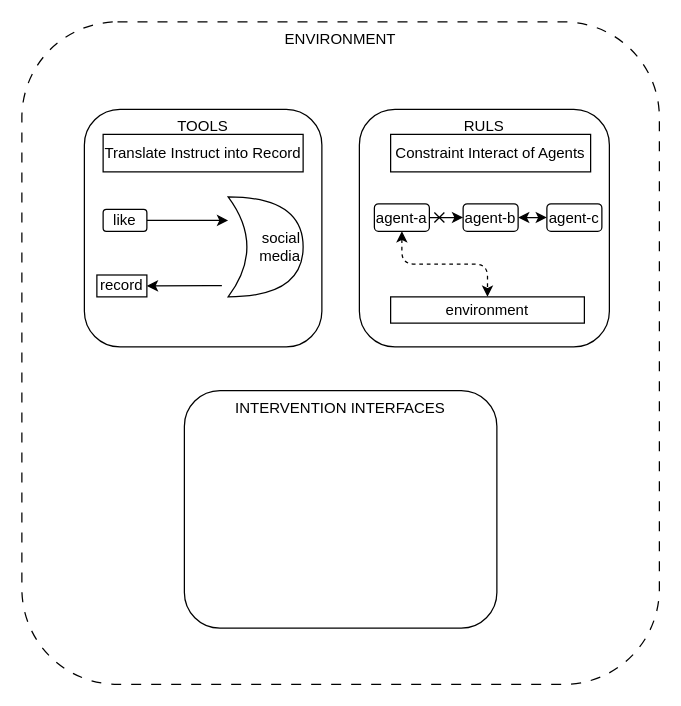
This is page "environment-conponets" (2 of 2) of mgas.drawio from bianhua-12/Multi-generative_Agent_System_survey, a draw.io file, before an edit. Source tidied: cells renumbered, new cells numbered last; positions are measured from the earlier drawing's top-left corner, leaving out a move shared by most shapes. Both pictures are drawn from the tidied source at 125%, with x=0, y=0 at pixel (21, 21). Pictures stored in the file or linked from it are replaced by grey dashed boxes.
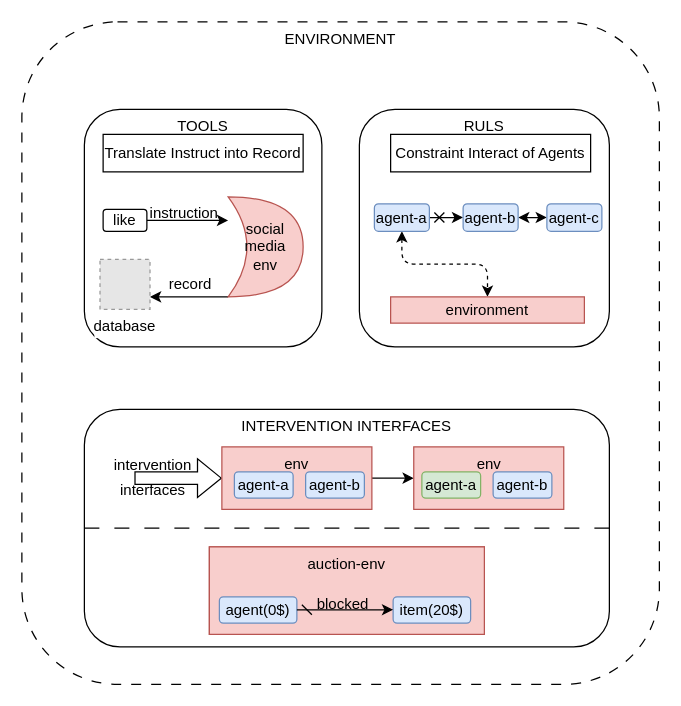
Above is the later version.

Change to the diagram source:
```diff
@@
-    <mxCell id="5" value="INTERVENTION INTERFACES" style="rounded=1;whiteSpace=wrap;html=1;verticalAlign=top;" parent="1" vertex="1">
-      <mxGeometry x="130" y="295" width="250" height="190" as="geometry" />
-    </mxCell>
@@
+    <mxCell id="20" style="edgeStyle=orthogonalEdgeStyle;rounded=0;jettySize=auto;html=1;entryX=1;entryY=0.75;entryDx=0;entryDy=0;" parent="1" edge="1" source="8" target="40">
+      <mxGeometry relative="1" as="geometry">
+        <Array as="points">
+          <mxPoint x="150" y="220" />
+          <mxPoint x="150" y="220" />
+        </Array>
+      </mxGeometry>
+    </mxCell>
-    <mxCell id="8" value="social media" style="shape=xor;whiteSpace=wrap;html=1;align=right;" parent="1" vertex="1">
+    <mxCell id="8" value="social media&lt;div&gt;env&lt;/div&gt;" style="shape=xor;whiteSpace=wrap;html=1;align=center;fillColor=#f8cecc;strokeColor=#b85450;" parent="1" vertex="1">
       <mxGeometry x="165" y="140" width="60" height="80" as="geometry" />
     </mxCell>
@@
-    <mxCell id="11" value="record" style="rounded=0;whiteSpace=wrap;html=1;" parent="1" vertex="1">
-      <mxGeometry x="60" y="202.5" width="40" height="17.5" as="geometry" />
-    </mxCell>
-    <mxCell id="12" style="edgeStyle=orthogonalEdgeStyle;rounded=0;jettySize=auto;html=1;entryX=1;entryY=0.5;entryDx=0;entryDy=0;" parent="1" edge="1" target="11">
-      <mxGeometry relative="1" as="geometry">
-        <mxPoint x="160" y="211" as="sourcePoint" />
-        <Array as="points">
-          <mxPoint x="150" y="212" />
-        </Array>
-      </mxGeometry>
-    </mxCell>
@@
-    <mxCell id="15" value="agent-a" style="rounded=1;whiteSpace=wrap;html=1;" parent="1" vertex="1">
+    <mxCell id="15" value="agent-a" style="rounded=1;whiteSpace=wrap;html=1;fillColor=#dae8fc;strokeColor=#6c8ebf;" parent="1" vertex="1">
       <mxGeometry x="282" y="145.5" width="44" height="22" as="geometry" />
     </mxCell>
@@
-    <mxCell id="17" value="agent-b" style="rounded=1;whiteSpace=wrap;html=1;" parent="1" vertex="1">
+    <mxCell id="17" value="agent-b" style="rounded=1;whiteSpace=wrap;html=1;fillColor=#dae8fc;strokeColor=#6c8ebf;" parent="1" vertex="1">
       <mxGeometry x="353" y="145.5" width="44" height="22" as="geometry" />
     </mxCell>
-    <mxCell id="18" value="agent-c" style="rounded=1;whiteSpace=wrap;html=1;" parent="1" vertex="1">
+    <mxCell id="18" value="agent-c" style="rounded=1;whiteSpace=wrap;html=1;fillColor=#dae8fc;strokeColor=#6c8ebf;" parent="1" vertex="1">
       <mxGeometry x="420" y="145.5" width="44" height="22" as="geometry" />
     </mxCell>
-    <mxCell id="19" value="environment" style="rounded=0;whiteSpace=wrap;html=1;" parent="1" vertex="1">
+    <mxCell id="19" value="environment" style="rounded=0;whiteSpace=wrap;html=1;fillColor=#f8cecc;strokeColor=#b85450;" parent="1" vertex="1">
       <mxGeometry x="295" y="220" width="155" height="21" as="geometry" />
     </mxCell>
+    <mxCell id="21" style="group;" parent="1" vertex="1">
+      <mxGeometry x="50" y="310" width="420" height="190" as="geometry" />
+    </mxCell>
+    <mxCell id="5" value="INTERVENTION INTERFACES" style="rounded=1;whiteSpace=wrap;html=1;verticalAlign=top;" parent="21" vertex="1">
+      <mxGeometry width="420" height="190" as="geometry" />
+    </mxCell>
+    <mxCell id="22" style="shape=flexArrow;endArrow=classic;html=1;rounded=0;entryX=0;entryY=0.5;entryDx=0;entryDy=0;exitX=0.25;exitY=0.167;exitDx=0;exitDy=0;exitPerimeter=0;" parent="21" edge="1" source="29" target="24">
+      <mxGeometry relative="1" as="geometry" />
+    </mxCell>
+    <mxCell id="23" style="edgeStyle=orthogonalEdgeStyle;rounded=0;jettySize=auto;html=1;" parent="21" edge="1" source="24" target="26">
+      <mxGeometry relative="1" as="geometry" />
+    </mxCell>
+    <mxCell id="24" value="env" style="rounded=0;whiteSpace=wrap;html=1;verticalAlign=top;fillColor=#f8cecc;strokeColor=#b85450;" parent="21" vertex="1">
+      <mxGeometry x="110" y="30" width="120" height="50" as="geometry" />
+    </mxCell>
+    <mxCell id="25" value="agent-a" style="rounded=1;whiteSpace=wrap;html=1;fillColor=#dae8fc;strokeColor=#6c8ebf;" parent="21" vertex="1">
+      <mxGeometry x="120" y="50" width="47" height="21" as="geometry" />
+    </mxCell>
+    <mxCell id="26" value="env" style="rounded=0;whiteSpace=wrap;html=1;verticalAlign=top;fillColor=#f8cecc;strokeColor=#b85450;" parent="21" vertex="1">
+      <mxGeometry x="263.5" y="30" width="120" height="50" as="geometry" />
+    </mxCell>
+    <mxCell id="27" value="agent-a" style="rounded=1;whiteSpace=wrap;html=1;fillColor=#d5e8d4;strokeColor=#82b366;" parent="21" vertex="1">
+      <mxGeometry x="270" y="50" width="47" height="21" as="geometry" />
+    </mxCell>
+    <mxCell id="28" value="intervention" style="text;html=1;align=center;verticalAlign=middle;whiteSpace=wrap;rounded=0;" parent="21" vertex="1">
+      <mxGeometry x="25" y="30" width="60" height="30" as="geometry" />
+    </mxCell>
+    <mxCell id="29" value="interfaces" style="text;html=1;align=center;verticalAlign=middle;whiteSpace=wrap;rounded=0;" parent="21" vertex="1">
+      <mxGeometry x="25" y="50" width="60" height="30" as="geometry" />
+    </mxCell>
+    <mxCell id="30" style="endArrow=none;html=1;rounded=0;entryX=1;entryY=0.5;entryDx=0;entryDy=0;exitX=0;exitY=0.5;exitDx=0;exitDy=0;dashed=1;dashPattern=12 12;" parent="21" edge="1" source="5" target="5">
+      <mxGeometry relative="1" as="geometry" />
+    </mxCell>
+    <mxCell id="31" value="agent-b" style="rounded=1;whiteSpace=wrap;html=1;fillColor=#dae8fc;strokeColor=#6c8ebf;" parent="21" vertex="1">
+      <mxGeometry x="177" y="50" width="47" height="21" as="geometry" />
+    </mxCell>
+    <mxCell id="32" value="agent-b" style="rounded=1;whiteSpace=wrap;html=1;fillColor=#dae8fc;strokeColor=#6c8ebf;" parent="21" vertex="1">
+      <mxGeometry x="327" y="50" width="47" height="21" as="geometry" />
+    </mxCell>
+    <mxCell id="33" style="group;fillColor=#f8cecc;strokeColor=#b85450;" parent="21" vertex="1">
+      <mxGeometry x="100" y="110" width="220" height="70" as="geometry" />
+    </mxCell>
+    <mxCell id="34" value="&lt;div&gt;auction&lt;span style=&quot;background-color: transparent; color: light-dark(rgb(0, 0, 0), rgb(255, 255, 255));&quot;&gt;-env&lt;/span&gt;&lt;/div&gt;" style="rounded=0;whiteSpace=wrap;html=1;verticalAlign=top;fillColor=#f8cecc;strokeColor=#b85450;" parent="33" vertex="1">
+      <mxGeometry width="220" height="70" as="geometry" />
+    </mxCell>
+    <mxCell id="35" style="group;" parent="33" vertex="1">
+      <mxGeometry x="8" y="31" width="201" height="30" as="geometry" />
+    </mxCell>
+    <mxCell id="36" value="agent(0$)" style="rounded=1;whiteSpace=wrap;html=1;fillColor=#dae8fc;strokeColor=#6c8ebf;" parent="35" vertex="1">
+      <mxGeometry y="9" width="62" height="21" as="geometry" />
+    </mxCell>
+    <mxCell id="37" value="item(20$)" style="rounded=1;whiteSpace=wrap;html=1;fillColor=#dae8fc;strokeColor=#6c8ebf;" parent="35" vertex="1">
+      <mxGeometry x="139" y="9" width="62" height="21" as="geometry" />
+    </mxCell>
+    <mxCell id="38" style="edgeStyle=orthogonalEdgeStyle;rounded=0;orthogonalLoop=1;jettySize=auto;html=1;startArrow=dash;startFill=0;" parent="35" edge="1">
+      <mxGeometry relative="1" as="geometry">
+        <mxPoint x="62" y="19.3" as="sourcePoint" />
+        <mxPoint x="139" y="19.3" as="targetPoint" />
+      </mxGeometry>
+    </mxCell>
+    <mxCell id="39" value="blocked" style="text;html=1;align=center;verticalAlign=middle;whiteSpace=wrap;rounded=0;" parent="35" vertex="1">
+      <mxGeometry x="69" width="60" height="30" as="geometry" />
+    </mxCell>
+    <mxCell id="40" value="database" style="fillColor=#E6E6E6;strokeColor=#999999;dashed=1;verticalLabelPosition=bottom;labelBackgroundColor=default;verticalAlign=top;" parent="1" vertex="1">
+      <mxGeometry x="62.5" y="190" width="40" height="40" as="geometry" />
+    </mxCell>
+    <mxCell id="11" value="record" style="text;html=1;align=center;verticalAlign=middle;whiteSpace=wrap;rounded=0;" parent="1" vertex="1">
+      <mxGeometry x="105" y="195" width="60" height="30" as="geometry" />
+    </mxCell>
+    <mxCell id="41" value="instruction" style="text;html=1;align=center;verticalAlign=middle;whiteSpace=wrap;rounded=0;" parent="1" vertex="1">
+      <mxGeometry x="100" y="137.5" width="60" height="30" as="geometry" />
+    </mxCell>
```
